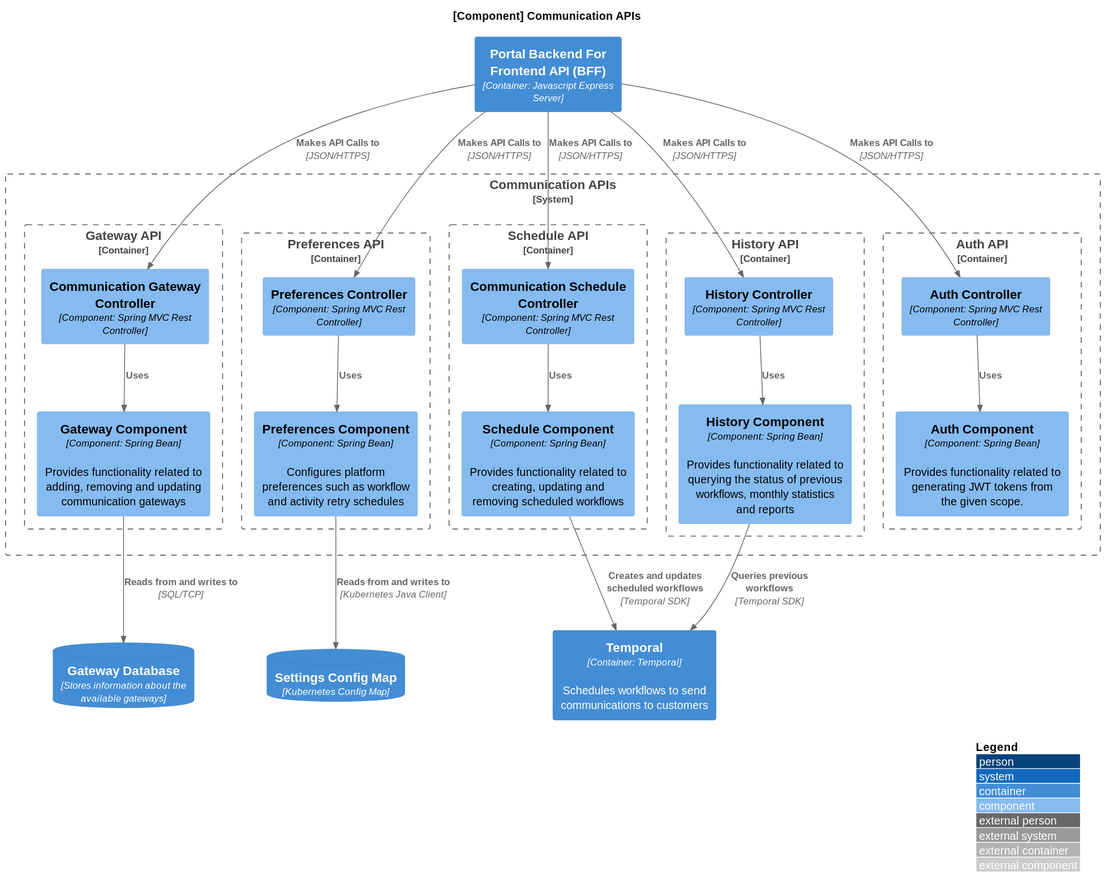
CameronWard301/communication_scheduler keeps this PlantUML diagram as Designs/Images/System Context/Components/CommunicationAPIComponent.svg. Above is the earlier version. Source of this version:
```plantuml
@startuml
!include https://raw.githubusercontent.com/plantuml-stdlib/C4-PlantUML/master/C4_Container.puml
!include https://raw.githubusercontent.com/plantuml-stdlib/C4-PlantUML/master/C4_Component.puml

LAYOUT_WITH_LEGEND()

title [Component] Communication APIs

Container(webBFF, "Portal Backend For Frontend API (BFF)", "Container: Javascript Express Server")
ContainerDb(gatewayDB, "Gateway Database", "Stores information about the available gateways")
ContainerDb(settings, "Settings Config Map", "Kubernetes Config Map")
Container(temporal, "Temporal", "Container: Temporal", "Schedules workflows to send communications to customers")


System_Boundary(component, "Communication APIs") {

    Container_Boundary(gatewayAPI, "Gateway API") {
        Component(gatewayController, "Communication Gateway Controller", "Component: Spring MVC Rest Controller")
        Component(gatewayComponent, "Gateway Component", "Component: Spring Bean", "Provides functionality related to adding, removing and updating communication gateways")
    }

    Container_Boundary(preferencesAPI, "Preferences API") {
        Component(preferencesController, "Preferences Controller", "Component: Spring MVC Rest Controller")
        Component(preferencesComponent, "Preferences Component", "Component: Spring Bean", "Configures platform preferences such as workflow and activity retry schedules")
    }


    Container_Boundary(scheduleAPI, "Schedule API") {
        Component(scheduleController, "Communication Schedule Controller", "Component: Spring MVC Rest Controller")
        Component(scheduleComponent, "Schedule Component", "Component: Spring Bean", "Provides functionality related to creating, updating and removing scheduled workflows")
    }

    Container_Boundary(historyAPI, "History API") {
        Component(historyController, "History Controller", "Component: Spring MVC Rest Controller")
        Component(historyComponent, "History Component", "Component: Spring Bean", "Provides functionality related to querying the status of previous workflows, monthly statistics and reports")

    }

    Container_Boundary(authApi, "Auth API") {
        Component(authController, "Auth Controller", "Component: Spring MVC Rest Controller")
        Component(authComponent, "Auth Component", "Component: Spring Bean", "Provides functionality related to generating JWT tokens from the given scope.")
    }
}

Rel(webBFF, gatewayController, "Makes API Calls to", "JSON/HTTPS")
Rel(webBFF, scheduleController, "Makes API Calls to", "JSON/HTTPS")
Rel(webBFF, preferencesController, "Makes API Calls to", "JSON/HTTPS")
Rel(webBFF, historyController, "Makes API Calls to", "JSON/HTTPS")
Rel(webBFF, authController, "Makes API Calls to", "JSON/HTTPS")

Rel(gatewayController, gatewayComponent, "Uses")
Rel(gatewayComponent, gatewayDB, "Reads from and writes to", "SQL/TCP")

Rel(scheduleController, scheduleComponent, "Uses")
Rel(scheduleComponent, temporal, "Creates and updates scheduled workflows", "Temporal SDK")

Rel(preferencesController, preferencesComponent, "Uses")
Rel(preferencesComponent, settings, "Reads from and writes to", "Kubernetes Java Client")

Rel(historyController, historyComponent, "Uses")
Rel(historyComponent, temporal, "Queries previous workflows", "Temporal SDK")

Rel(authController, authComponent, "Uses")
@enduml
```
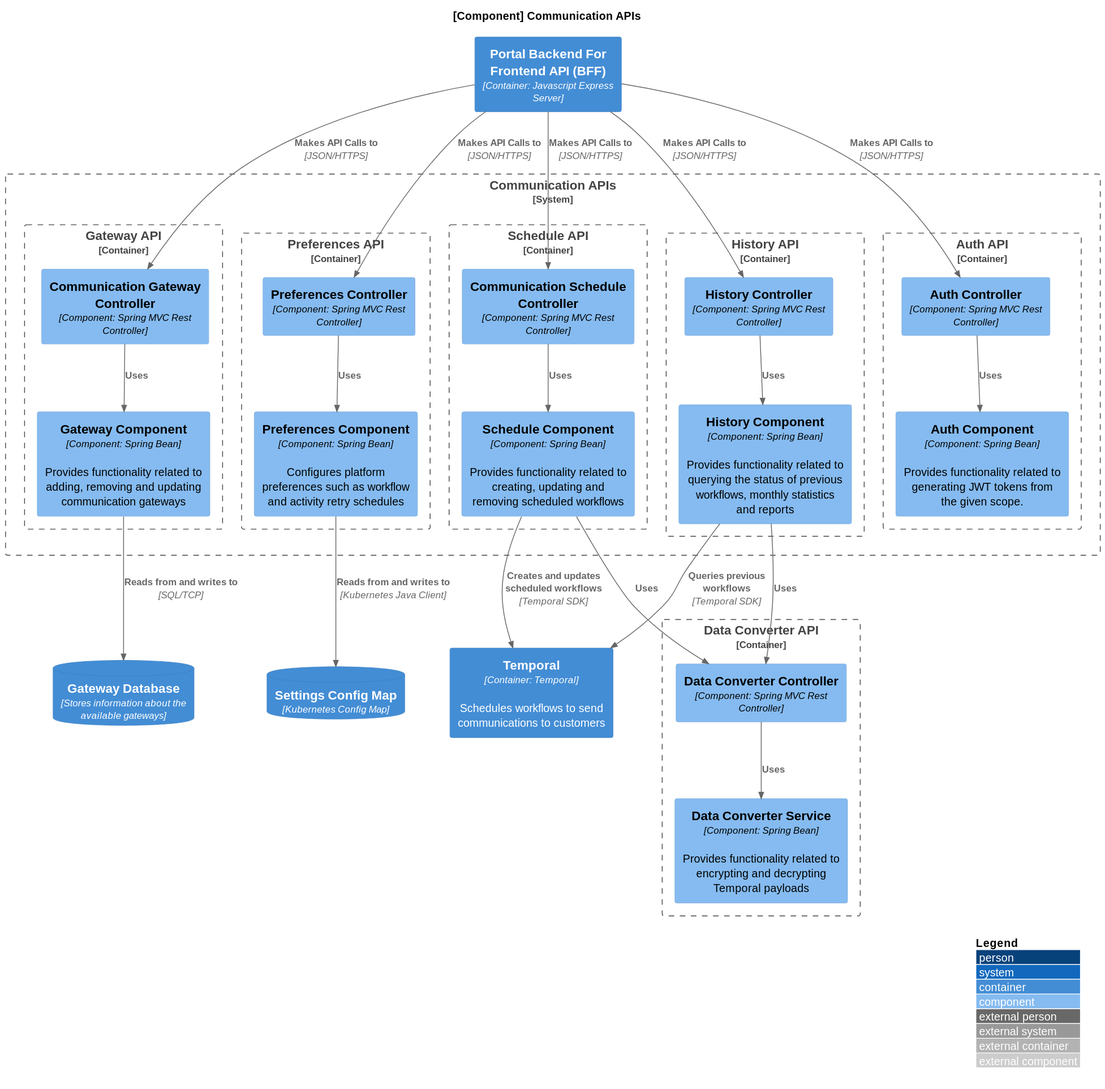
After the change.

What changed in the source:
```diff
@@ -41,6 +41,14 @@
         Component(authComponent, "Auth Component", "Component: Spring Bean", "Provides functionality related to generating JWT tokens from the given scope.")
     }
 }
+Container_Boundary(dataConverterApi, "Data Converter API") {
+        Component(dataConverterController, "Data Converter Controller", "Component: Spring MVC Rest Controller")
+        Component(dataConverterComponent, "Data Converter Service", "Component: Spring Bean", "Provides functionality related to encrypting and decrypting Temporal payloads")
+    }
+
+Rel(dataConverterController, dataConverterComponent, "Uses")
+Rel(historyComponent, dataConverterController, "Uses")
+Rel(scheduleComponent, dataConverterController, "Uses")
 
 Rel(webBFF, gatewayController, "Makes API Calls to", "JSON/HTTPS")
 Rel(webBFF, scheduleController, "Makes API Calls to", "JSON/HTTPS")
```
